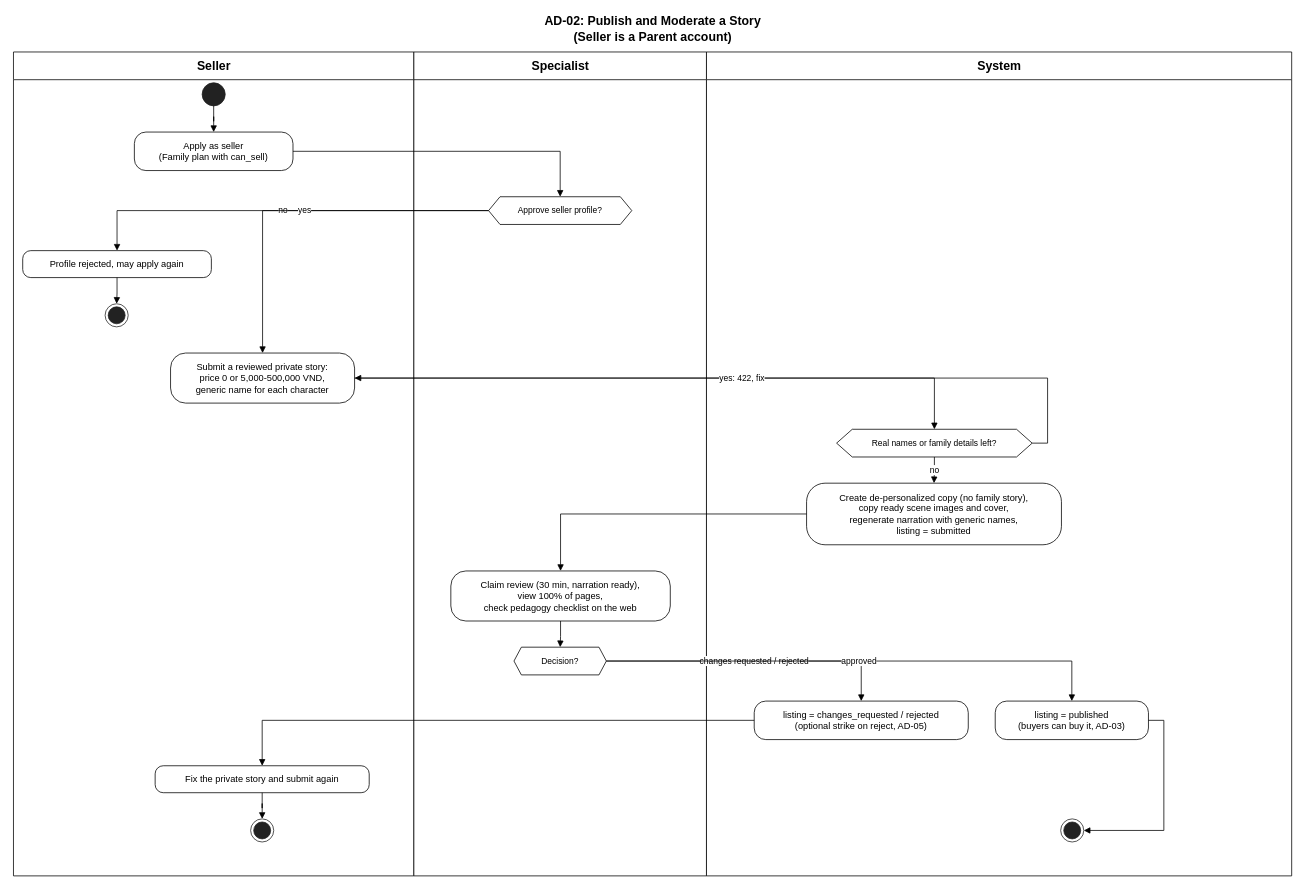
This is docs/diagrams/activity/AD-02-publish-moderate.drawio from SEP490-GFA26SE186/BE, a draw.io file, before an edit. Source tidied: cells renumbered, new cells numbered last; positions are measured from the earlier drawing's top-left corner, leaving out a move shared by most shapes. Both pictures are drawn from the tidied source at 77%, with x=0, y=0 at pixel (13, 13).
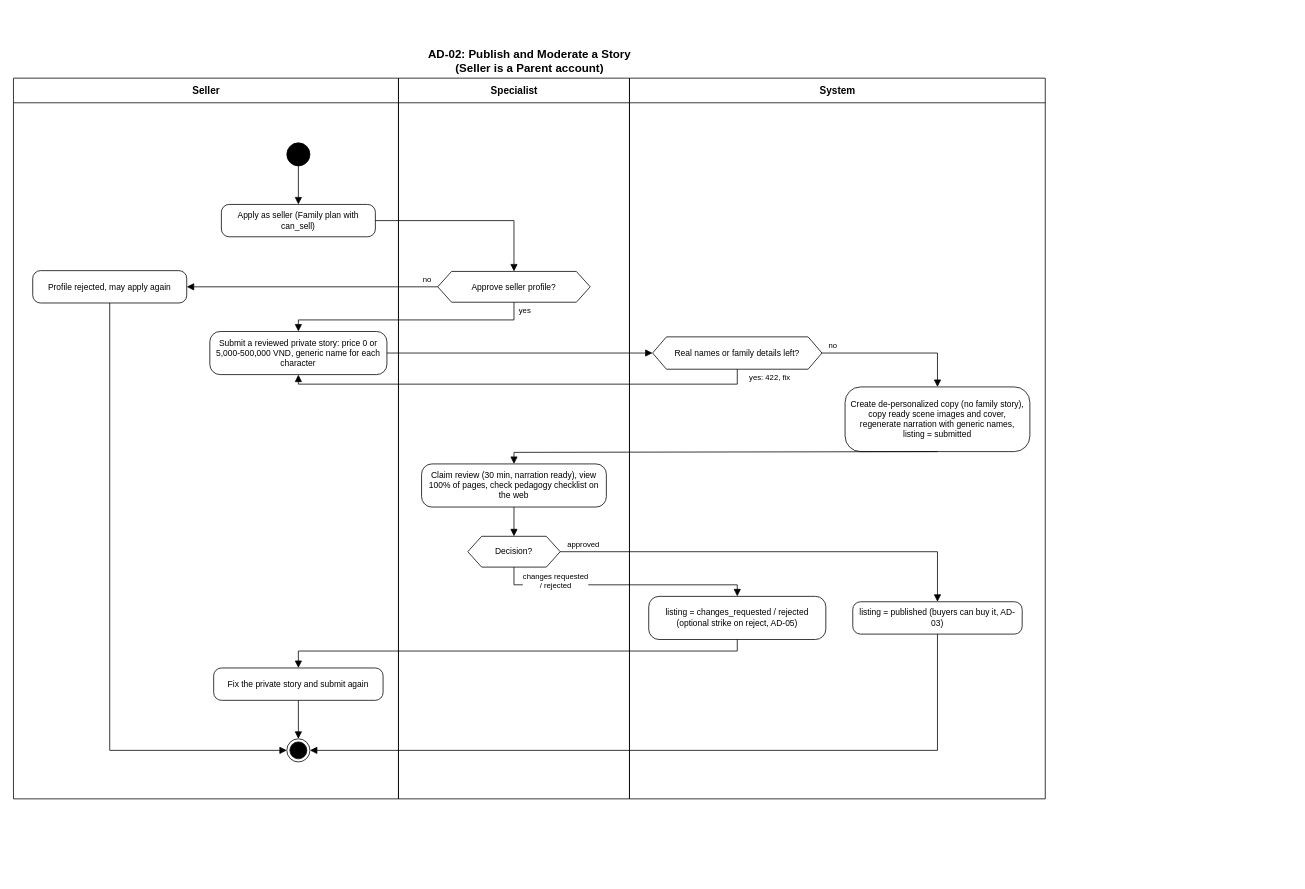
After the change.

Change to the diagram source:
```diff
@@
-    <mxCell id="2" value="AD-02: Publish and Moderate a Story&lt;br&gt;(Seller is a Parent account)" style="text;html=1;align=center;verticalAlign=middle;fontStyle=1;fontSize=16;fontFamily=Arial;" parent="1" vertex="1">
-      <mxGeometry width="1660" height="40" as="geometry" />
+    <mxCell id="2" value="AD-02: Publish and Moderate a Story&lt;br&gt;(Seller is a Parent account)" style="text;html=1;align=center;verticalAlign=middle;fontStyle=1;fontSize=15;fontFamily=Helvetica;" parent="1" vertex="1">
+      <mxGeometry y="42" width="1340" height="38" as="geometry" />
     </mxCell>
-    <mxCell id="3" value="Seller" style="swimlane;html=1;startSize=36;horizontal=1;fillColor=#FFFFFF;strokeColor=#000000;fontStyle=1;fontSize=16;swimlaneFillColor=#FFFFFF;fontFamily=Arial;" parent="1" vertex="1">
-      <mxGeometry y="50" width="520" height="1070" as="geometry" />
+    <mxCell id="3" value="Seller" style="swimlane;html=1;startSize=32;fontStyle=1;fontSize=13;fontFamily=Helvetica;swimlaneLine=1;fillColor=none;strokeColor=#000000;" parent="1" vertex="1">
+      <mxGeometry y="84" width="500" height="936" as="geometry" />
     </mxCell>
-    <mxCell id="4" value="Specialist" style="swimlane;html=1;startSize=36;horizontal=1;fillColor=#FFFFFF;strokeColor=#000000;fontStyle=1;fontSize=16;swimlaneFillColor=#FFFFFF;fontFamily=Arial;" parent="1" vertex="1">
-      <mxGeometry x="520" y="50" width="380" height="1070" as="geometry" />
+    <mxCell id="4" value="Specialist" style="swimlane;html=1;startSize=32;fontStyle=1;fontSize=13;fontFamily=Helvetica;swimlaneLine=1;fillColor=none;strokeColor=#000000;" parent="1" vertex="1">
+      <mxGeometry x="500" y="84" width="300" height="936" as="geometry" />
     </mxCell>
-    <mxCell id="5" value="System" style="swimlane;html=1;startSize=36;horizontal=1;fillColor=#FFFFFF;strokeColor=#000000;fontStyle=1;fontSize=16;swimlaneFillColor=#FFFFFF;fontFamily=Arial;" parent="1" vertex="1">
-      <mxGeometry x="900" y="50" width="760" height="1070" as="geometry" />
+    <mxCell id="5" value="System" style="swimlane;html=1;startSize=32;fontStyle=1;fontSize=13;fontFamily=Helvetica;swimlaneLine=1;fillColor=none;strokeColor=#000000;" parent="1" vertex="1">
+      <mxGeometry x="800" y="84" width="540" height="936" as="geometry" />
     </mxCell>
-    <mxCell id="6" style="ellipse;html=1;fillColor=#222222;strokeColor=#222222;" parent="3" vertex="1">
-      <mxGeometry x="245" y="40" width="30" height="30" as="geometry" />
-    </mxCell>
+    <mxCell id="36" style="ellipse;html=1;fillColor=#000000;strokeColor=#000000;" parent="3" vertex="1">
+      <mxGeometry x="355" y="84" width="30" height="30" as="geometry" />
+    </mxCell>
-    <mxCell id="7" value="Apply as seller&lt;br&gt;(Family plan with can_sell)" style="rounded=1;whiteSpace=wrap;html=1;arcSize=30;fillColor=#FFFFFF;strokeColor=#000000;fontSize=12;fontFamily=Arial;" parent="3" vertex="1">
-      <mxGeometry x="157" y="104" width="206" height="50" as="geometry" />
+    <mxCell id="7" value="Apply as seller (Family plan with can_sell)" style="rounded=1;arcSize=24;whiteSpace=wrap;html=1;fillColor=#FFFFFF;strokeColor=#000000;fontSize=11;fontFamily=Helvetica;spacing=6;" parent="3" vertex="1">
+      <mxGeometry x="270" y="164" width="200" height="42" as="geometry" />
     </mxCell>
-    <mxCell id="8" value="Approve seller profile?" style="shape=hexagon;perimeter=hexagonPerimeter2;size=0.08;fixedSize=0;whiteSpace=wrap;html=1;fillColor=#FFFFFF;strokeColor=#000000;fontSize=11;fontFamily=Arial;" parent="4" vertex="1">
-      <mxGeometry x="97" y="188" width="186" height="36" as="geometry" />
+    <mxCell id="8" value="Approve seller profile?" style="shape=hexagon;perimeter=hexagonPerimeter2;size=18;fixedSize=1;whiteSpace=wrap;html=1;fillColor=#FFFFFF;strokeColor=#000000;fontSize=11;fontFamily=Helvetica;spacingLeft=14;spacingRight=14;" parent="4" vertex="1">
+      <mxGeometry x="51" y="251" width="198" height="40" as="geometry" />
     </mxCell>
-    <mxCell id="9" value="Profile rejected, may apply again" style="rounded=1;whiteSpace=wrap;html=1;arcSize=30;fillColor=#FFFFFF;strokeColor=#000000;fontSize=12;fontFamily=Arial;" parent="3" vertex="1">
-      <mxGeometry x="12" y="258" width="245" height="35" as="geometry" />
+    <mxCell id="9" value="Profile rejected, may apply again" style="rounded=1;arcSize=24;whiteSpace=wrap;html=1;fillColor=#FFFFFF;strokeColor=#000000;fontSize=11;fontFamily=Helvetica;spacing=6;" parent="3" vertex="1">
+      <mxGeometry x="25" y="250" width="200" height="42" as="geometry" />
     </mxCell>
-    <mxCell id="10" style="ellipse;html=1;shape=endState;fillColor=#222222;strokeColor=#222222;" parent="3" vertex="1">
-      <mxGeometry x="119" y="327" width="30" height="30" as="geometry" />
-    </mxCell>
-    <mxCell id="11" value="Submit a reviewed private story:&lt;br&gt;price 0 or 5,000-500,000 VND,&lt;br&gt;generic name for each character" style="rounded=1;whiteSpace=wrap;html=1;arcSize=30;fillColor=#FFFFFF;strokeColor=#000000;fontSize=12;fontFamily=Arial;" parent="3" vertex="1">
-      <mxGeometry x="204" y="391" width="239" height="65" as="geometry" />
+    <mxCell id="11" value="Submit a reviewed private story: price 0 or 5,000-500,000 VND, generic name for each character" style="rounded=1;arcSize=24;whiteSpace=wrap;html=1;fillColor=#FFFFFF;strokeColor=#000000;fontSize=11;fontFamily=Helvetica;spacing=6;" parent="3" vertex="1">
+      <mxGeometry x="255" y="329" width="230" height="56" as="geometry" />
     </mxCell>
-    <mxCell id="12" value="Real names or family details left?" style="shape=hexagon;perimeter=hexagonPerimeter2;size=0.08;fixedSize=0;whiteSpace=wrap;html=1;fillColor=#FFFFFF;strokeColor=#000000;fontSize=11;fontFamily=Arial;" parent="5" vertex="1">
-      <mxGeometry x="169" y="490" width="254" height="36" as="geometry" />
+    <mxCell id="12" value="Real names or family details left?" style="shape=hexagon;perimeter=hexagonPerimeter2;size=18;fixedSize=1;whiteSpace=wrap;html=1;fillColor=#FFFFFF;strokeColor=#000000;fontSize=11;fontFamily=Helvetica;spacingLeft=14;spacingRight=14;" parent="5" vertex="1">
+      <mxGeometry x="30" y="336" width="220" height="42" as="geometry" />
     </mxCell>
-    <mxCell id="13" value="Create de-personalized copy (no family story),&lt;br&gt;copy ready scene images and cover,&lt;br&gt;regenerate narration with generic names,&lt;br&gt;listing = submitted" style="rounded=1;whiteSpace=wrap;html=1;arcSize=30;fillColor=#FFFFFF;strokeColor=#000000;fontSize=12;fontFamily=Arial;" parent="5" vertex="1">
-      <mxGeometry x="130" y="560" width="331" height="80" as="geometry" />
+    <mxCell id="13" value="Create de-personalized copy (no family story), copy ready scene images and cover, regenerate narration with generic names, listing = submitted" style="rounded=1;arcSize=24;whiteSpace=wrap;html=1;fillColor=#FFFFFF;strokeColor=#000000;fontSize=11;fontFamily=Helvetica;spacing=6;" parent="5" vertex="1">
+      <mxGeometry x="280" y="401" width="240" height="84" as="geometry" />
     </mxCell>
-    <mxCell id="14" value="Claim review (30 min, narration ready),&lt;br&gt;view 100% of pages,&lt;br&gt;check pedagogy checklist on the web" style="rounded=1;whiteSpace=wrap;html=1;arcSize=30;fillColor=#FFFFFF;strokeColor=#000000;fontSize=12;fontFamily=Arial;" parent="4" vertex="1">
-      <mxGeometry x="48" y="674" width="285" height="65" as="geometry" />
+    <mxCell id="14" value="Claim review (30 min, narration ready), view 100% of pages, check pedagogy checklist on the web" style="rounded=1;arcSize=24;whiteSpace=wrap;html=1;fillColor=#FFFFFF;strokeColor=#000000;fontSize=11;fontFamily=Helvetica;spacing=6;" parent="4" vertex="1">
+      <mxGeometry x="30" y="501" width="240" height="56" as="geometry" />
     </mxCell>
-    <mxCell id="15" value="Decision?" style="shape=hexagon;perimeter=hexagonPerimeter2;size=0.08;fixedSize=0;whiteSpace=wrap;html=1;fillColor=#FFFFFF;strokeColor=#000000;fontSize=11;fontFamily=Arial;" parent="4" vertex="1">
-      <mxGeometry x="130" y="773" width="120" height="36" as="geometry" />
+    <mxCell id="15" value="Decision?" style="shape=hexagon;perimeter=hexagonPerimeter2;size=18;fixedSize=1;whiteSpace=wrap;html=1;fillColor=#FFFFFF;strokeColor=#000000;fontSize=11;fontFamily=Helvetica;spacingLeft=14;spacingRight=14;" parent="4" vertex="1">
+      <mxGeometry x="90" y="595" width="120" height="40" as="geometry" />
     </mxCell>
-    <mxCell id="16" value="listing = changes_requested / rejected&lt;br&gt;(optional strike on reject, AD-05)" style="rounded=1;whiteSpace=wrap;html=1;arcSize=30;fillColor=#FFFFFF;strokeColor=#000000;fontSize=12;fontFamily=Arial;" parent="5" vertex="1">
-      <mxGeometry x="62" y="843" width="278" height="50" as="geometry" />
+    <mxCell id="16" value="listing = changes_requested / rejected (optional strike on reject, AD-05)" style="rounded=1;arcSize=24;whiteSpace=wrap;html=1;fillColor=#FFFFFF;strokeColor=#000000;fontSize=11;fontFamily=Helvetica;spacing=6;" parent="5" vertex="1">
+      <mxGeometry x="25" y="673" width="230" height="56" as="geometry" />
     </mxCell>
-    <mxCell id="17" value="listing = published&lt;br&gt;(buyers can buy it, AD-03)" style="rounded=1;whiteSpace=wrap;html=1;arcSize=30;fillColor=#FFFFFF;strokeColor=#000000;fontSize=12;fontFamily=Arial;" parent="5" vertex="1">
-      <mxGeometry x="375" y="843" width="199" height="50" as="geometry" />
+    <mxCell id="17" value="listing = published (buyers can buy it, AD-03)" style="rounded=1;arcSize=24;whiteSpace=wrap;html=1;fillColor=#FFFFFF;strokeColor=#000000;fontSize=11;fontFamily=Helvetica;spacing=6;" parent="5" vertex="1">
+      <mxGeometry x="290" y="680" width="220" height="42" as="geometry" />
     </mxCell>
-    <mxCell id="18" value="Fix the private story and submit again" style="rounded=1;whiteSpace=wrap;html=1;arcSize=30;fillColor=#FFFFFF;strokeColor=#000000;fontSize=12;fontFamily=Arial;" parent="3" vertex="1">
-      <mxGeometry x="184" y="927" width="278" height="35" as="geometry" />
+    <mxCell id="18" value="Fix the private story and submit again" style="rounded=1;arcSize=24;whiteSpace=wrap;html=1;fillColor=#FFFFFF;strokeColor=#000000;fontSize=11;fontFamily=Helvetica;spacing=6;" parent="3" vertex="1">
+      <mxGeometry x="260" y="766" width="220" height="42" as="geometry" />
     </mxCell>
-    <mxCell id="19" style="ellipse;html=1;shape=endState;fillColor=#222222;strokeColor=#222222;" parent="3" vertex="1">
-      <mxGeometry x="308" y="996" width="30" height="30" as="geometry" />
-    </mxCell>
-    <mxCell id="20" style="ellipse;html=1;shape=endState;fillColor=#222222;strokeColor=#222222;" parent="5" vertex="1">
-      <mxGeometry x="460" y="996" width="30" height="30" as="geometry" />
-    </mxCell>
-    <mxCell id="21" style="edgeStyle=orthogonalEdgeStyle;rounded=0;jettySize=auto;html=1;endArrow=block;endFill=1;strokeColor=#000000;fontSize=11;labelBackgroundColor=#FFFFFF;fontFamily=Arial;" parent="1" edge="1" source="6" target="7">
-      <mxGeometry relative="1" as="geometry" />
-    </mxCell>
+    <mxCell id="37" style="ellipse;html=1;shape=endState;fillColor=#000000;strokeColor=#000000;" parent="3" vertex="1">
+      <mxGeometry x="355" y="858" width="30" height="30" as="geometry" />
+    </mxCell>
+    <mxCell id="38" style="edgeStyle=none;html=1;rounded=0;endArrow=block;endFill=1;endSize=7;strokeWidth=1;jumpStyle=arc;jumpSize=10;fontSize=10;fontFamily=Helvetica;labelBackgroundColor=#FFFFFF;exitX=0.5000;exitY=1.0000;exitDx=0;exitDy=0;entryX=0.5000;entryY=0.0000;entryDx=0;entryDy=0;" parent="1" edge="1" source="36" target="7">
+      <mxGeometry x="-1" relative="1" as="geometry" />
+    </mxCell>
-    <mxCell id="22" style="edgeStyle=orthogonalEdgeStyle;rounded=0;jettySize=auto;html=1;endArrow=block;endFill=1;strokeColor=#000000;fontSize=11;labelBackgroundColor=#FFFFFF;fontFamily=Arial;" parent="1" edge="1" source="7" target="8">
-      <mxGeometry relative="1" as="geometry" />
+    <mxCell id="22" style="edgeStyle=none;html=1;rounded=0;endArrow=block;endFill=1;endSize=7;strokeWidth=1;jumpStyle=arc;jumpSize=10;fontSize=10;fontFamily=Helvetica;labelBackgroundColor=#FFFFFF;exitX=1.0000;exitY=0.5000;exitDx=0;exitDy=0;entryX=0.5000;entryY=0.0000;entryDx=0;entryDy=0;" parent="1" edge="1" source="7" target="8">
+      <mxGeometry x="-1" relative="1" as="geometry">
+        <Array as="points">
+          <mxPoint x="650" y="269" />
+        </Array>
+      </mxGeometry>
     </mxCell>
-    <mxCell id="23" value="no" style="edgeStyle=orthogonalEdgeStyle;rounded=0;jettySize=auto;html=1;endArrow=block;endFill=1;strokeColor=#000000;fontSize=11;labelBackgroundColor=#FFFFFF;fontFamily=Arial;" parent="1" edge="1" source="8" target="9">
-      <mxGeometry relative="1" as="geometry" />
+    <mxCell id="23" value="no" style="edgeStyle=none;html=1;rounded=0;endArrow=block;endFill=1;endSize=7;strokeWidth=1;jumpStyle=arc;jumpSize=10;fontSize=10;fontFamily=Helvetica;labelBackgroundColor=#FFFFFF;exitX=0.0000;exitY=0.5000;exitDx=0;exitDy=0;entryX=1.0000;entryY=0.5000;entryDx=0;entryDy=0;" parent="1" edge="1" source="8" target="9">
+      <mxGeometry x="-1" relative="1" as="geometry">
+        <mxPoint x="-13.6" y="-10" as="offset" />
+      </mxGeometry>
     </mxCell>
-    <mxCell id="24" style="edgeStyle=orthogonalEdgeStyle;rounded=0;jettySize=auto;html=1;endArrow=block;endFill=1;strokeColor=#000000;fontSize=11;labelBackgroundColor=#FFFFFF;fontFamily=Arial;" parent="1" edge="1" source="9" target="10">
-      <mxGeometry relative="1" as="geometry" />
-    </mxCell>
-    <mxCell id="25" value="yes" style="edgeStyle=orthogonalEdgeStyle;rounded=0;jettySize=auto;html=1;endArrow=block;endFill=1;strokeColor=#000000;fontSize=11;labelBackgroundColor=#FFFFFF;fontFamily=Arial;" parent="1" edge="1" source="8" target="11">
-      <mxGeometry relative="1" as="geometry" />
+    <mxCell id="25" value="yes" style="edgeStyle=none;html=1;rounded=0;endArrow=block;endFill=1;endSize=7;strokeWidth=1;jumpStyle=arc;jumpSize=10;fontSize=10;fontFamily=Helvetica;labelBackgroundColor=#FFFFFF;exitX=0.5000;exitY=1.0000;exitDx=0;exitDy=0;entryX=0.5000;entryY=0.0000;entryDx=0;entryDy=0;" parent="1" edge="1" source="8" target="11">
+      <mxGeometry x="-1" relative="1" as="geometry">
+        <Array as="points">
+          <mxPoint x="650" y="398" />
+          <mxPoint x="370" y="398" />
+        </Array>
+        <mxPoint x="14.4" y="11" as="offset" />
+      </mxGeometry>
     </mxCell>
+    <mxCell id="39" style="edgeStyle=none;html=1;rounded=0;endArrow=block;endFill=1;endSize=7;strokeWidth=1;jumpStyle=arc;jumpSize=10;fontSize=10;fontFamily=Helvetica;labelBackgroundColor=#FFFFFF;exitX=0.5000;exitY=1.0000;exitDx=0;exitDy=0;entryX=0.0000;entryY=0.5000;entryDx=0;entryDy=0;" parent="1" edge="1" source="9" target="37">
+      <mxGeometry x="-1" relative="1" as="geometry">
+        <Array as="points">
+          <mxPoint x="125" y="957" />
+        </Array>
+      </mxGeometry>
+    </mxCell>
-    <mxCell id="26" style="edgeStyle=orthogonalEdgeStyle;rounded=0;jettySize=auto;html=1;endArrow=block;endFill=1;strokeColor=#000000;fontSize=11;labelBackgroundColor=#FFFFFF;fontFamily=Arial;" parent="1" edge="1" source="11" target="12">
-      <mxGeometry relative="1" as="geometry" />
+    <mxCell id="26" style="edgeStyle=none;html=1;rounded=0;endArrow=block;endFill=1;endSize=7;strokeWidth=1;jumpStyle=arc;jumpSize=10;fontSize=10;fontFamily=Helvetica;labelBackgroundColor=#FFFFFF;exitX=1.0000;exitY=0.5000;exitDx=0;exitDy=0;entryX=0.0000;entryY=0.5000;entryDx=0;entryDy=0;" parent="1" edge="1" source="11" target="12">
+      <mxGeometry x="-1" relative="1" as="geometry" />
     </mxCell>
-    <mxCell id="27" value="yes: 422, fix" style="edgeStyle=orthogonalEdgeStyle;rounded=0;jettySize=auto;html=1;endArrow=block;endFill=1;strokeColor=#000000;fontSize=11;labelBackgroundColor=#FFFFFF;fontFamily=Arial;exitX=1;exitY=0.5;exitDx=0;exitDy=0;entryX=1;entryY=0.5;entryDx=0;entryDy=0;" parent="1" edge="1" source="12" target="11">
-      <mxGeometry relative="1" as="geometry" />
+    <mxCell id="27" value="yes: 422, fix" style="edgeStyle=none;html=1;rounded=0;endArrow=block;endFill=1;endSize=7;strokeWidth=1;jumpStyle=arc;jumpSize=10;fontSize=10;fontFamily=Helvetica;labelBackgroundColor=#FFFFFF;exitX=0.5000;exitY=1.0000;exitDx=0;exitDy=0;entryX=0.5000;entryY=1.0000;entryDx=0;entryDy=0;" parent="1" edge="1" source="12" target="11">
+      <mxGeometry x="-1" relative="1" as="geometry">
+        <Array as="points">
+          <mxPoint x="940" y="481.4" />
+          <mxPoint x="370" y="481.4" />
+        </Array>
+        <mxPoint x="42.4" y="11" as="offset" />
+      </mxGeometry>
     </mxCell>
-    <mxCell id="28" value="no" style="edgeStyle=orthogonalEdgeStyle;rounded=0;jettySize=auto;html=1;endArrow=block;endFill=1;strokeColor=#000000;fontSize=11;labelBackgroundColor=#FFFFFF;fontFamily=Arial;" parent="1" edge="1" source="12" target="13">
-      <mxGeometry relative="1" as="geometry" />
+    <mxCell id="28" value="no" style="edgeStyle=none;html=1;rounded=0;endArrow=block;endFill=1;endSize=7;strokeWidth=1;jumpStyle=arc;jumpSize=10;fontSize=10;fontFamily=Helvetica;labelBackgroundColor=#FFFFFF;exitX=1.0000;exitY=0.5000;exitDx=0;exitDy=0;entryX=0.5000;entryY=0.0000;entryDx=0;entryDy=0;" parent="1" edge="1" source="12" target="13">
+      <mxGeometry x="-1" relative="1" as="geometry">
+        <Array as="points">
+          <mxPoint x="1200" y="441" />
+        </Array>
+        <mxPoint x="13.6" y="-10" as="offset" />
+      </mxGeometry>
     </mxCell>
-    <mxCell id="29" style="edgeStyle=orthogonalEdgeStyle;rounded=0;jettySize=auto;html=1;endArrow=block;endFill=1;strokeColor=#000000;fontSize=11;labelBackgroundColor=#FFFFFF;fontFamily=Arial;" parent="1" edge="1" source="13" target="14">
-      <mxGeometry relative="1" as="geometry" />
+    <mxCell id="29" style="edgeStyle=none;html=1;rounded=0;endArrow=block;endFill=1;endSize=7;strokeWidth=1;jumpStyle=arc;jumpSize=10;fontSize=10;fontFamily=Helvetica;labelBackgroundColor=#FFFFFF;exitX=0.5000;exitY=1.0000;exitDx=0;exitDy=0;entryX=0.5000;entryY=0.0000;entryDx=0;entryDy=0;" parent="1" edge="1" source="13" target="14">
+      <mxGeometry x="-1" relative="1" as="geometry">
+        <Array as="points">
+          <mxPoint x="1200" y="570" />
+          <mxPoint x="650" y="570" />
+        </Array>
+      </mxGeometry>
     </mxCell>
-    <mxCell id="30" style="edgeStyle=orthogonalEdgeStyle;rounded=0;jettySize=auto;html=1;endArrow=block;endFill=1;strokeColor=#000000;fontSize=11;labelBackgroundColor=#FFFFFF;fontFamily=Arial;" parent="1" edge="1" source="14" target="15">
-      <mxGeometry relative="1" as="geometry" />
+    <mxCell id="30" style="edgeStyle=none;html=1;rounded=0;endArrow=block;endFill=1;endSize=7;strokeWidth=1;jumpStyle=arc;jumpSize=10;fontSize=10;fontFamily=Helvetica;labelBackgroundColor=#FFFFFF;exitX=0.5000;exitY=1.0000;exitDx=0;exitDy=0;entryX=0.5000;entryY=0.0000;entryDx=0;entryDy=0;" parent="1" edge="1" source="14" target="15">
+      <mxGeometry x="-1" relative="1" as="geometry" />
     </mxCell>
+    <mxCell id="32" value="approved" style="edgeStyle=none;html=1;rounded=0;endArrow=block;endFill=1;endSize=7;strokeWidth=1;jumpStyle=arc;jumpSize=10;fontSize=10;fontFamily=Helvetica;labelBackgroundColor=#FFFFFF;exitX=1.0000;exitY=0.5000;exitDx=0;exitDy=0;entryX=0.5000;entryY=0.0000;entryDx=0;entryDy=0;" parent="1" edge="1" source="15" target="17">
+      <mxGeometry x="-1" relative="1" as="geometry">
+        <Array as="points">
+          <mxPoint x="1200" y="699" />
+        </Array>
+        <mxPoint x="30.4" y="-10" as="offset" />
+      </mxGeometry>
+    </mxCell>
-    <mxCell id="31" value="changes requested / rejected" style="edgeStyle=orthogonalEdgeStyle;rounded=0;jettySize=auto;html=1;endArrow=block;endFill=1;strokeColor=#000000;fontSize=11;labelBackgroundColor=#FFFFFF;fontFamily=Arial;" parent="1" edge="1" source="15" target="16">
-      <mxGeometry relative="1" as="geometry" />
+    <mxCell id="31" value="changes requested&lt;br&gt;/ rejected" style="edgeStyle=none;html=1;rounded=0;endArrow=block;endFill=1;endSize=7;strokeWidth=1;jumpStyle=arc;jumpSize=10;fontSize=10;fontFamily=Helvetica;labelBackgroundColor=#FFFFFF;exitX=0.5000;exitY=1.0000;exitDx=0;exitDy=0;entryX=0.5000;entryY=0.0000;entryDx=0;entryDy=0;" parent="1" edge="1" source="15" target="16">
+      <mxGeometry x="-1" relative="1" as="geometry">
+        <Array as="points">
+          <mxPoint x="650" y="742" />
+          <mxPoint x="940" y="742" />
+        </Array>
+        <mxPoint x="53.6" y="18" as="offset" />
+      </mxGeometry>
     </mxCell>
-    <mxCell id="32" value="approved" style="edgeStyle=orthogonalEdgeStyle;rounded=0;jettySize=auto;html=1;endArrow=block;endFill=1;strokeColor=#000000;fontSize=11;labelBackgroundColor=#FFFFFF;fontFamily=Arial;" parent="1" edge="1" source="15" target="17">
-      <mxGeometry relative="1" as="geometry" />
-    </mxCell>
-    <mxCell id="33" style="edgeStyle=orthogonalEdgeStyle;rounded=0;jettySize=auto;html=1;endArrow=block;endFill=1;strokeColor=#000000;fontSize=11;labelBackgroundColor=#FFFFFF;fontFamily=Arial;" parent="1" edge="1" source="16" target="18">
-      <mxGeometry relative="1" as="geometry" />
+    <mxCell id="33" style="edgeStyle=none;html=1;rounded=0;endArrow=block;endFill=1;endSize=7;strokeWidth=1;jumpStyle=arc;jumpSize=10;fontSize=10;fontFamily=Helvetica;labelBackgroundColor=#FFFFFF;exitX=0.5000;exitY=1.0000;exitDx=0;exitDy=0;entryX=0.5000;entryY=0.0000;entryDx=0;entryDy=0;" parent="1" edge="1" source="16" target="18">
+      <mxGeometry x="-1" relative="1" as="geometry">
+        <Array as="points">
+          <mxPoint x="940" y="828" />
+          <mxPoint x="370" y="828" />
+        </Array>
+      </mxGeometry>
     </mxCell>
-    <mxCell id="34" style="edgeStyle=orthogonalEdgeStyle;rounded=0;jettySize=auto;html=1;endArrow=block;endFill=1;strokeColor=#000000;fontSize=11;labelBackgroundColor=#FFFFFF;fontFamily=Arial;" parent="1" edge="1" source="18" target="19">
-      <mxGeometry relative="1" as="geometry" />
-    </mxCell>
-    <mxCell id="35" style="edgeStyle=orthogonalEdgeStyle;rounded=0;jettySize=auto;html=1;endArrow=block;endFill=1;strokeColor=#000000;fontSize=11;labelBackgroundColor=#FFFFFF;fontFamily=Arial;exitX=1;exitY=0.5;exitDx=0;exitDy=0;entryX=1;entryY=0.5;entryDx=0;entryDy=0;" parent="1" edge="1" source="17" target="20">
-      <mxGeometry relative="1" as="geometry" />
-    </mxCell>
+    <mxCell id="40" style="edgeStyle=none;html=1;rounded=0;endArrow=block;endFill=1;endSize=7;strokeWidth=1;jumpStyle=arc;jumpSize=10;fontSize=10;fontFamily=Helvetica;labelBackgroundColor=#FFFFFF;exitX=0.5000;exitY=1.0000;exitDx=0;exitDy=0;entryX=0.5000;entryY=0.0000;entryDx=0;entryDy=0;" parent="1" edge="1" source="18" target="37">
+      <mxGeometry x="-1" relative="1" as="geometry" />
+    </mxCell>
+    <mxCell id="41" style="edgeStyle=none;html=1;rounded=0;endArrow=block;endFill=1;endSize=7;strokeWidth=1;jumpStyle=arc;jumpSize=10;fontSize=10;fontFamily=Helvetica;labelBackgroundColor=#FFFFFF;exitX=0.5000;exitY=1.0000;exitDx=0;exitDy=0;entryX=1.0000;entryY=0.5000;entryDx=0;entryDy=0;" parent="1" edge="1" source="17" target="37">
+      <mxGeometry x="-1" relative="1" as="geometry">
+        <Array as="points">
+          <mxPoint x="1200" y="957" />
+        </Array>
+      </mxGeometry>
+    </mxCell>
```
